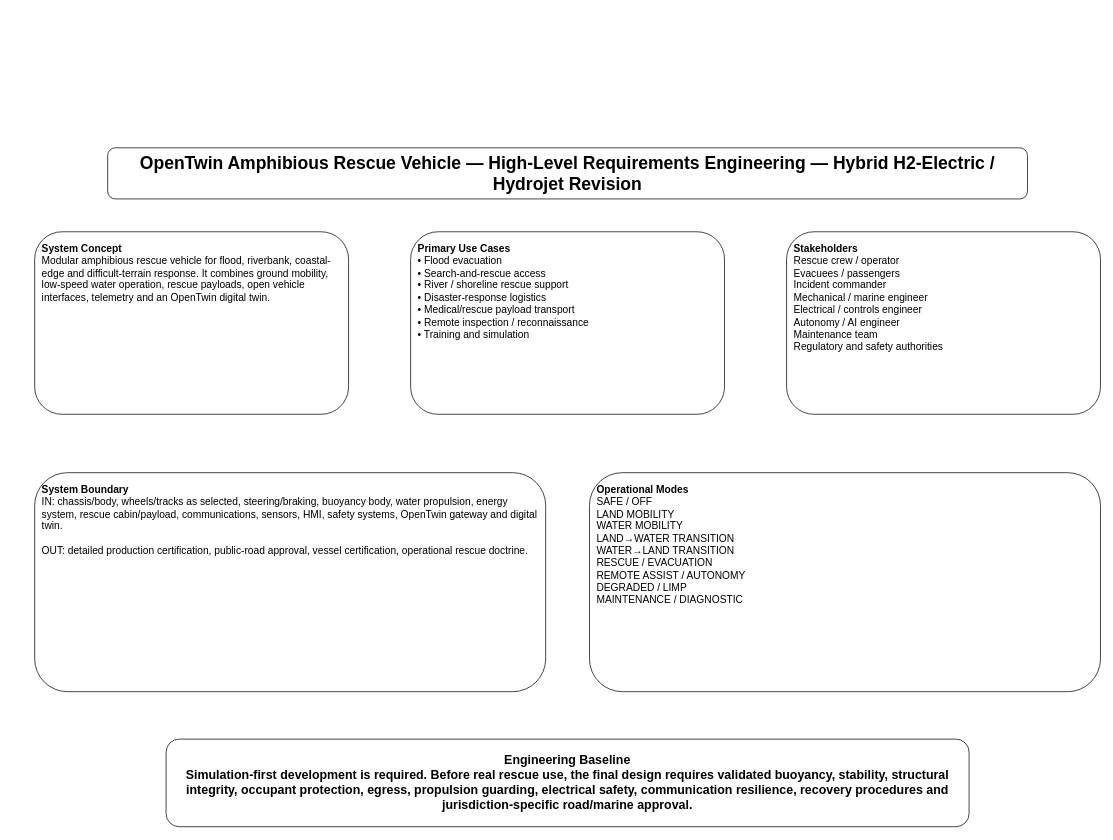
The draw.io diagram page "01 - Scope & CONOPS" (1 of 10) of MBSE/CAS/Drawio/OpenTwin_Amphibious_Rescue_Vehicle_Hybrid_H2_Hydrojet_Requirements_v2.drawio in robotics-intelligent-systems/jfxai4mass, before the edit. Source tidied: cells renumbered, new cells numbered last; positions are measured from the earlier drawing's top-left corner, leaving out a move shared by most shapes. Both pictures are drawn from the tidied source at 73%, with x=0, y=0 at pixel (34, 147).
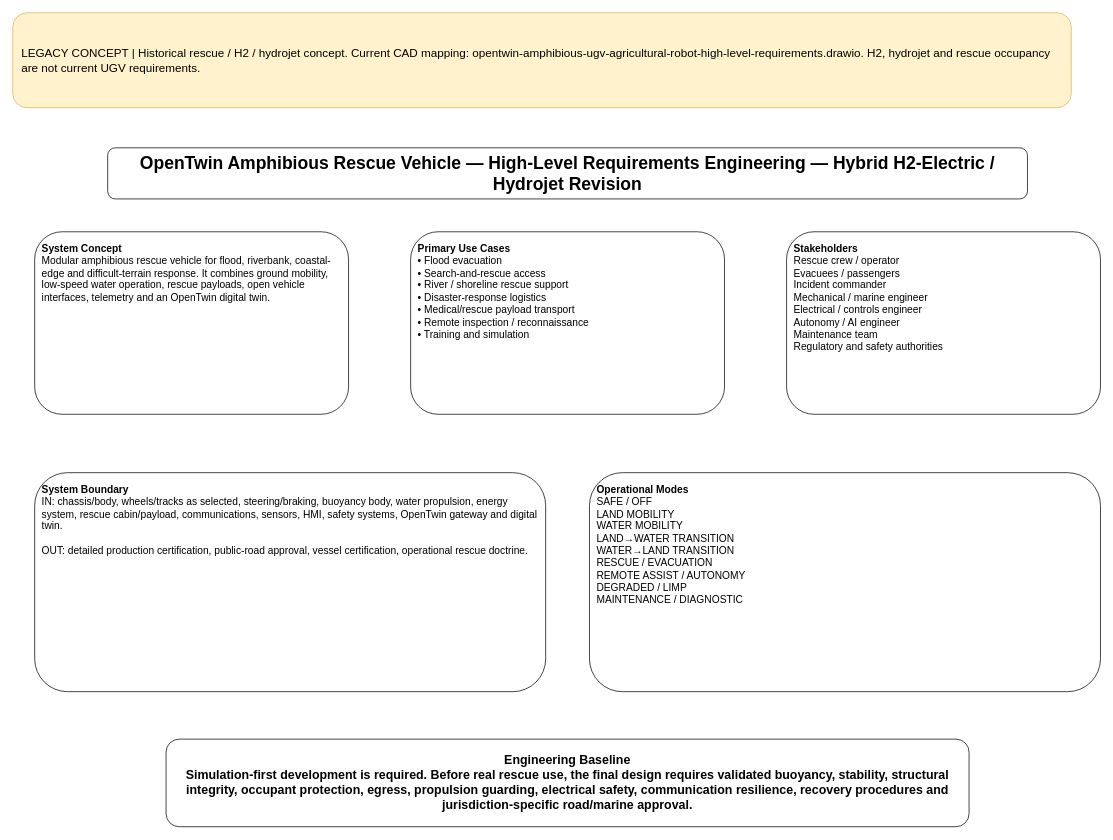
The same diagram, later.

Commit message (it also covers changes not shown here):
docs(mbse): refactor high-level requirements for current CAD concepts

Diff of the diagram source:
```diff
@@
 <mxGraphModel>
   <root>
     <mxCell id="0" />
     <mxCell id="1" parent="0" />
     <mxCell id="2" value="OpenTwin Amphibious Rescue Vehicle — High-Level Requirements Engineering — Hybrid H2-Electric / Hydrojet Revision" style="rounded=1;whiteSpace=wrap;html=1;fontSize=24;fontStyle=1;align=center;verticalAlign=middle;" parent="1" vertex="1">
       <mxGeometry x="100" width="1260" height="70" as="geometry" />
     </mxCell>
     <mxCell id="3" value="&lt;b&gt;System Concept&lt;/b&gt;&lt;br&gt;Modular amphibious rescue vehicle for flood, riverbank, coastal-edge and difficult-terrain response. It combines ground mobility, low-speed water operation, rescue payloads, open vehicle interfaces, telemetry and an OpenTwin digital twin." style="rounded=1;whiteSpace=wrap;html=1;fontSize=14;align=left;verticalAlign=top;spacing=10;" parent="1" vertex="1">
       <mxGeometry y="115" width="430" height="250" as="geometry" />
     </mxCell>
     <mxCell id="4" value="&lt;b&gt;Primary Use Cases&lt;/b&gt;&lt;br&gt;• Flood evacuation&lt;br&gt;• Search-and-rescue access&lt;br&gt;• River / shoreline rescue support&lt;br&gt;• Disaster-response logistics&lt;br&gt;• Medical/rescue payload transport&lt;br&gt;• Remote inspection / reconnaissance&lt;br&gt;• Training and simulation" style="rounded=1;whiteSpace=wrap;html=1;fontSize=14;align=left;verticalAlign=top;spacing=10;" parent="1" vertex="1">
       <mxGeometry x="515" y="115" width="430" height="250" as="geometry" />
     </mxCell>
     <mxCell id="5" value="&lt;b&gt;Stakeholders&lt;/b&gt;&lt;br&gt;Rescue crew / operator&lt;br&gt;Evacuees / passengers&lt;br&gt;Incident commander&lt;br&gt;Mechanical / marine engineer&lt;br&gt;Electrical / controls engineer&lt;br&gt;Autonomy / AI engineer&lt;br&gt;Maintenance team&lt;br&gt;Regulatory and safety authorities" style="rounded=1;whiteSpace=wrap;html=1;fontSize=14;align=left;verticalAlign=top;spacing=10;" parent="1" vertex="1">
       <mxGeometry x="1030" y="115" width="430" height="250" as="geometry" />
     </mxCell>
     <mxCell id="6" value="&lt;b&gt;System Boundary&lt;/b&gt;&lt;br&gt;IN: chassis/body, wheels/tracks as selected, steering/braking, buoyancy body, water propulsion, energy system, rescue cabin/payload, communications, sensors, HMI, safety systems, OpenTwin gateway and digital twin.&lt;br&gt;&lt;br&gt;OUT: detailed production certification, public-road approval, vessel certification, operational rescue doctrine." style="rounded=1;whiteSpace=wrap;html=1;fontSize=14;align=left;verticalAlign=top;spacing=10;" parent="1" vertex="1">
       <mxGeometry y="445" width="700" height="300" as="geometry" />
     </mxCell>
     <mxCell id="7" value="&lt;b&gt;Operational Modes&lt;/b&gt;&lt;br&gt;SAFE / OFF&lt;br&gt;LAND MOBILITY&lt;br&gt;WATER MOBILITY&lt;br&gt;LAND→WATER TRANSITION&lt;br&gt;WATER→LAND TRANSITION&lt;br&gt;RESCUE / EVACUATION&lt;br&gt;REMOTE ASSIST / AUTONOMY&lt;br&gt;DEGRADED / LIMP&lt;br&gt;MAINTENANCE / DIAGNOSTIC" style="rounded=1;whiteSpace=wrap;html=1;fontSize=14;align=left;verticalAlign=top;spacing=10;" parent="1" vertex="1">
       <mxGeometry x="760" y="445" width="700" height="300" as="geometry" />
     </mxCell>
     <mxCell id="8" value="&lt;b&gt;Engineering Baseline&lt;/b&gt;&lt;br&gt;Simulation-first development is required. Before real rescue use, the final design requires validated buoyancy, stability, structural integrity, occupant protection, egress, propulsion guarding, electrical safety, communication resilience, recovery procedures and jurisdiction-specific road/marine approval." style="rounded=1;whiteSpace=wrap;html=1;fontSize=17;fontStyle=1;align=center;verticalAlign=middle;" parent="1" vertex="1">
       <mxGeometry x="180" y="810" width="1100" height="120" as="geometry" />
     </mxCell>
+    <mxCell id="9" value="LEGACY CONCEPT | Historical rescue / H2 / hydrojet concept. Current CAD mapping: opentwin-amphibious-ugv-agricultural-robot-high-level-requirements.drawio. H2, hydrojet and rescue occupancy are not current UGV requirements." style="rounded=1;whiteSpace=wrap;html=0;fillColor=#fff2cc;strokeColor=#d6b656;fontSize=16;align=left;spacing=12;" parent="1" vertex="1">
+      <mxGeometry x="-30" y="-185" width="1450" height="130" as="geometry" />
+    </mxCell>
   </root>
 </mxGraphModel>
```
